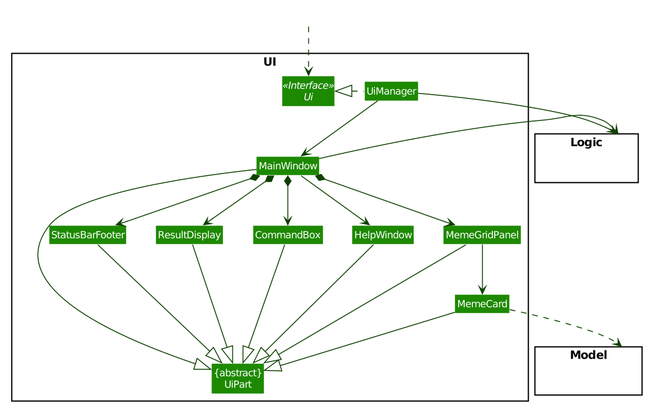
The PlantUML diagram docs/images/UiClassDiagram.png in nus-cs2103-AY1920S1/addressbook-level3, before a commit.
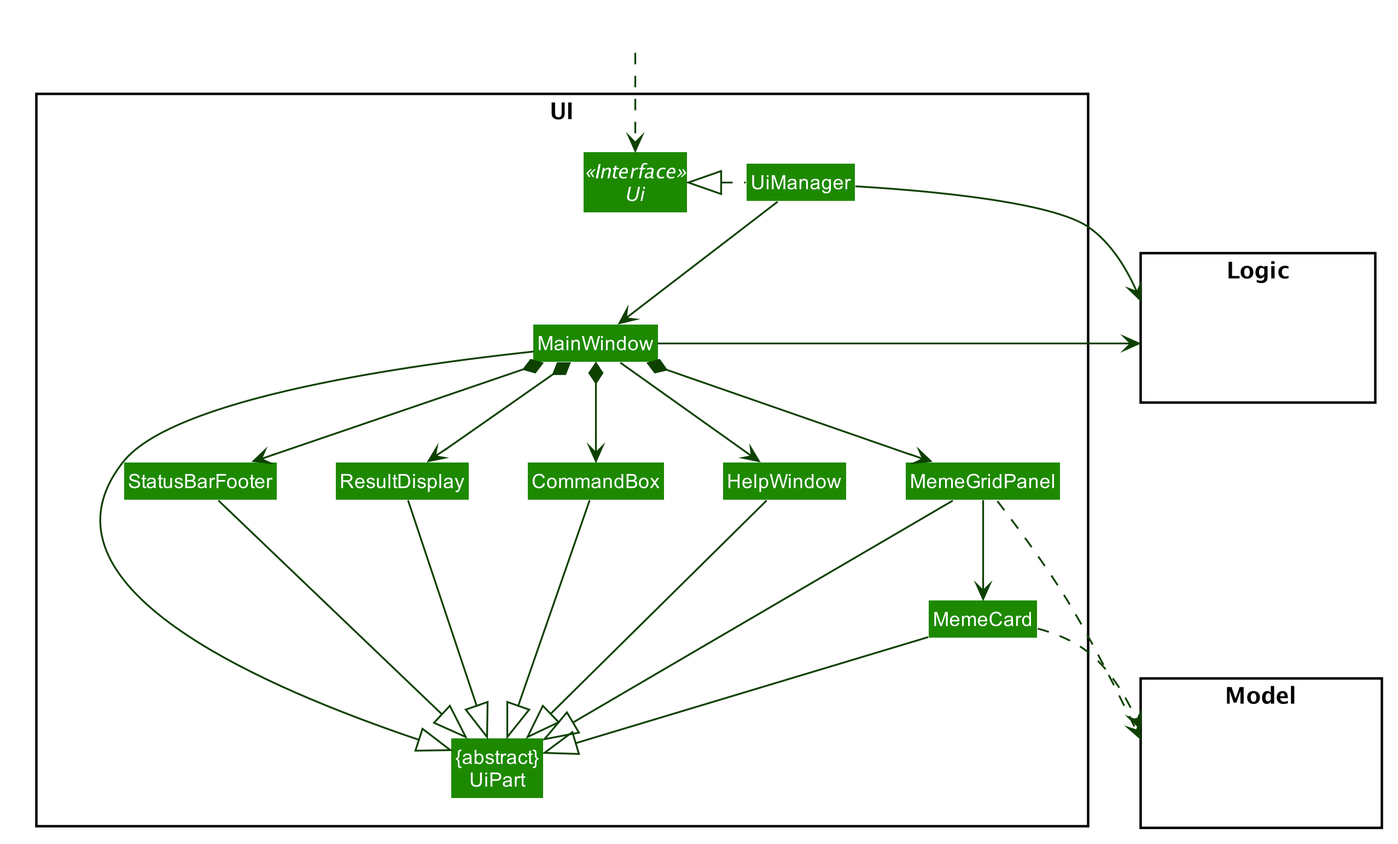
The same diagram one commit later.

What changed in the source:
```diff
@@ -96,6 +96,7 @@
 HelpWindow -down-|> UiPart
 
 MemeCard ..> Model
+MemeGridPanel ..> Model
 UiManager -right-> Logic
 MainWindow -left-> Logic
 
```
